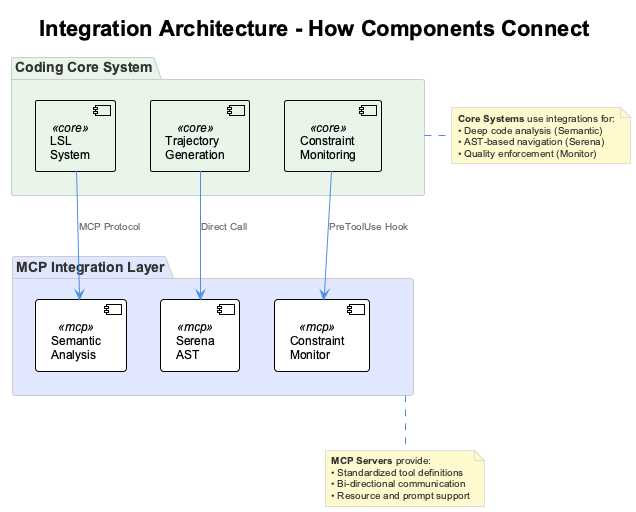
davidraehles/agentic-coding-framework keeps this PlantUML diagram as docs/images/integration-architecture.png. Above is the earlier version.
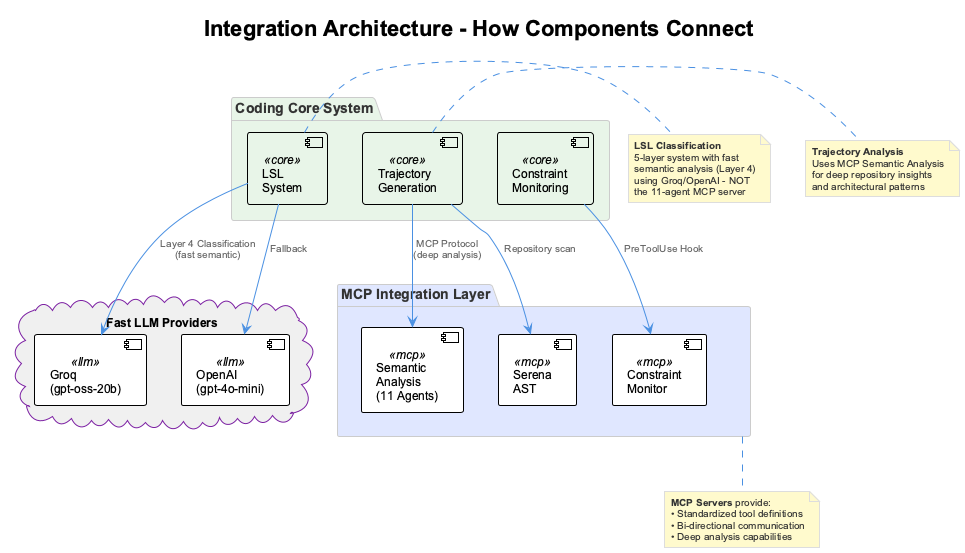
After the commit.

What changed in the source:
```diff
@@ -10,27 +10,42 @@
 }
 
 package "MCP Integration Layer" as mcp #E0E7FF {
-  [Semantic\nAnalysis] as semantic <<mcp>>
+  [Semantic\nAnalysis\n(11 Agents)] as semantic <<mcp>>
   [Serena\nAST] as serena <<mcp>>
   [Constraint\nMonitor] as monitor <<mcp>>
 }
 
-lsl -down-> semantic : MCP Protocol
-trajectory -down-> serena : Direct Call
+cloud "Fast LLM Providers" as llm #F0F0F0 {
+  [Groq\n(gpt-oss-20b)] as groq <<llm>>
+  [OpenAI\n(gpt-4o-mini)] as openai <<llm>>
+}
+
+lsl -down-> groq : Layer 4 Classification\n(fast semantic)
+lsl -down-> openai : Fallback
+trajectory -down-> semantic : MCP Protocol\n(deep analysis)
+trajectory -down-> serena : Repository scan
 constraints -down-> monitor : PreToolUse Hook
 
 note bottom of mcp
   **MCP Servers** provide:
   • Standardized tool definitions
   • Bi-directional communication
-  • Resource and prompt support
+  • Deep analysis capabilities
 end note
 
-note right of core
-  **Core Systems** use integrations for:
-  • Deep code analysis (Semantic)
-  • AST-based navigation (Serena)
-  • Quality enforcement (Monitor)
+note right of lsl
+  **LSL Classification**
+  5-layer system with fast
+  semantic analysis (Layer 4)
+  using Groq/OpenAI - NOT
+  the 11-agent MCP server
+end note
+
+note right of trajectory
+  **Trajectory Analysis**
+  Uses MCP Semantic Analysis
+  for deep repository insights
+  and architectural patterns
 end note
 
 @enduml
```
